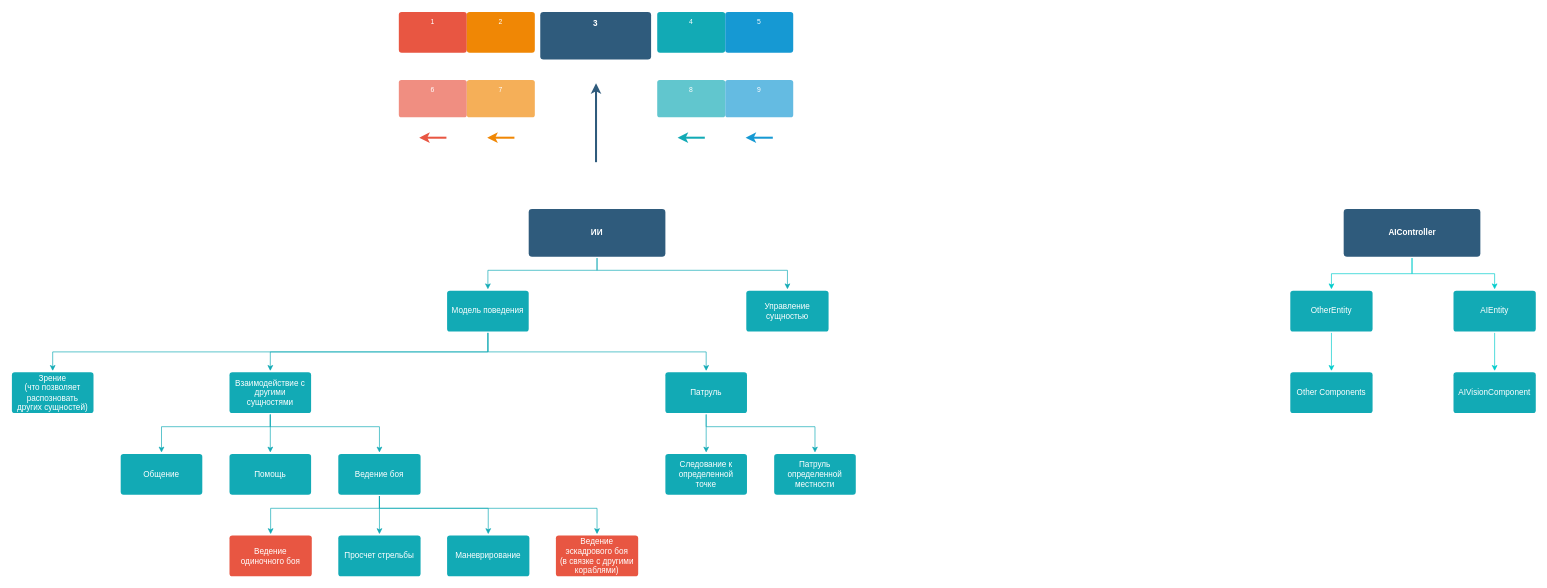
Above: Documents/AIScheme.drawio in Wyzzus/Ships (draw.io), before the change. Source tidied: cells renumbered, new cells numbered last; positions are measured from the earlier drawing's top-left corner, leaving out a move shared by most shapes. Both pictures are drawn from the tidied source at 68%, with x=0, y=0 at pixel (12, 12).
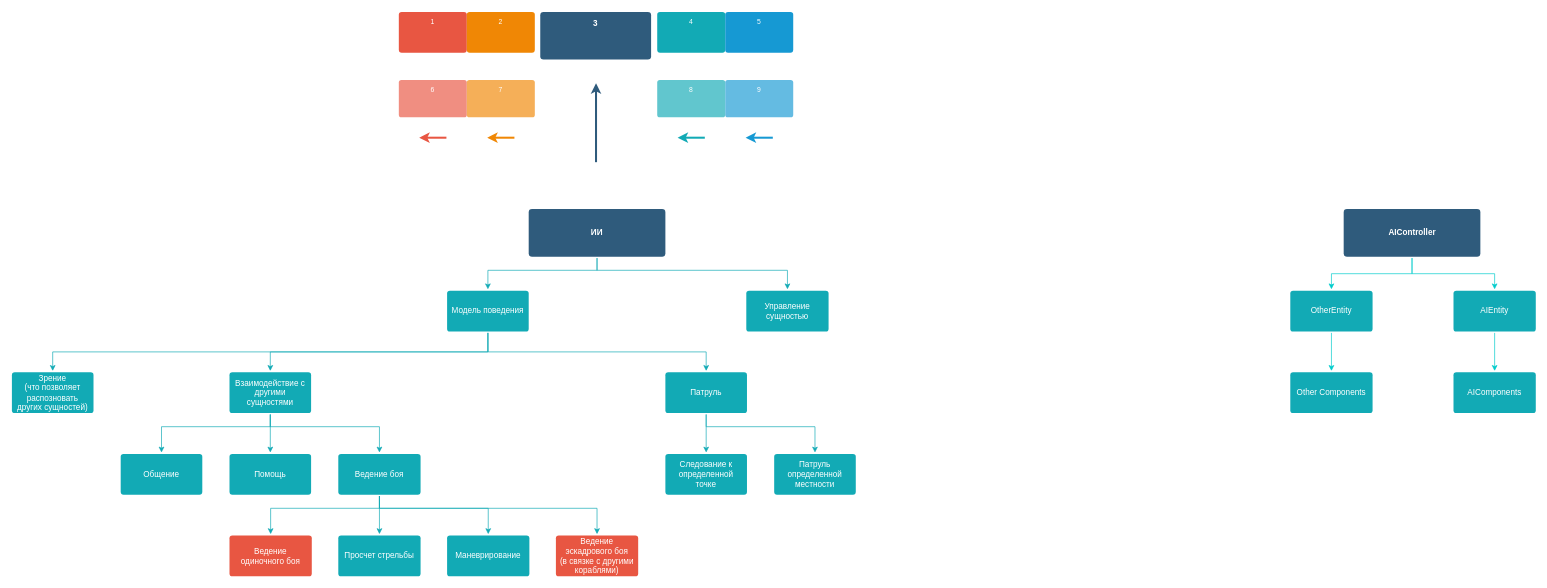
The same diagram, later.

The edit, as a diff of the source:
```diff
@@
-    <mxCell id="53" value="&lt;font style=&quot;font-size: 12px&quot;&gt;AIVisionComponent&lt;/font&gt;" style="rounded=1;whiteSpace=wrap;html=1;shadow=0;labelBackgroundColor=none;strokeColor=none;strokeWidth=3;fillColor=#12AAB5;fontFamily=Helvetica;fontSize=10;fontColor=#FFFFFF;align=center;spacing=5;fontStyle=0;arcSize=7;perimeterSpacing=2;verticalAlign=middle;" parent="1" vertex="1">
+    <mxCell id="53" value="&lt;font style=&quot;font-size: 12px&quot;&gt;AIComponents&lt;/font&gt;" style="rounded=1;whiteSpace=wrap;html=1;shadow=0;labelBackgroundColor=none;strokeColor=none;strokeWidth=3;fillColor=#12AAB5;fontFamily=Helvetica;fontSize=10;fontColor=#FFFFFF;align=center;spacing=5;fontStyle=0;arcSize=7;perimeterSpacing=2;verticalAlign=middle;" parent="1" vertex="1">
       <mxGeometry x="2120" y="530" width="121" height="60" as="geometry" />
     </mxCell>
```
